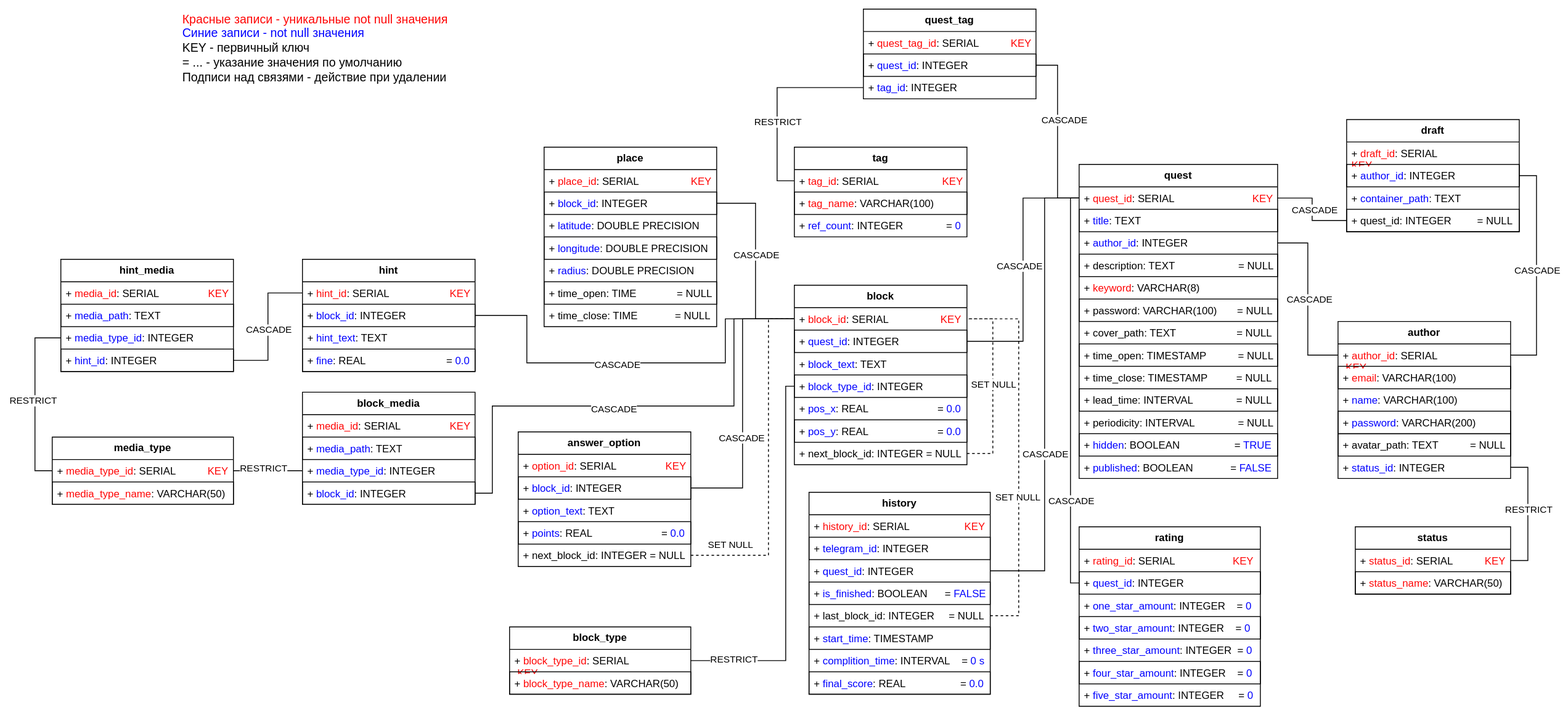
This is docs/image/db.svg from Quest-maker-team/quest-maker, a draw.io export, as it was before one commit. Source tidied: cells renumbered, new cells last; positions are measured from the earlier drawing's top-left corner, leaving out a move shared by most shapes.
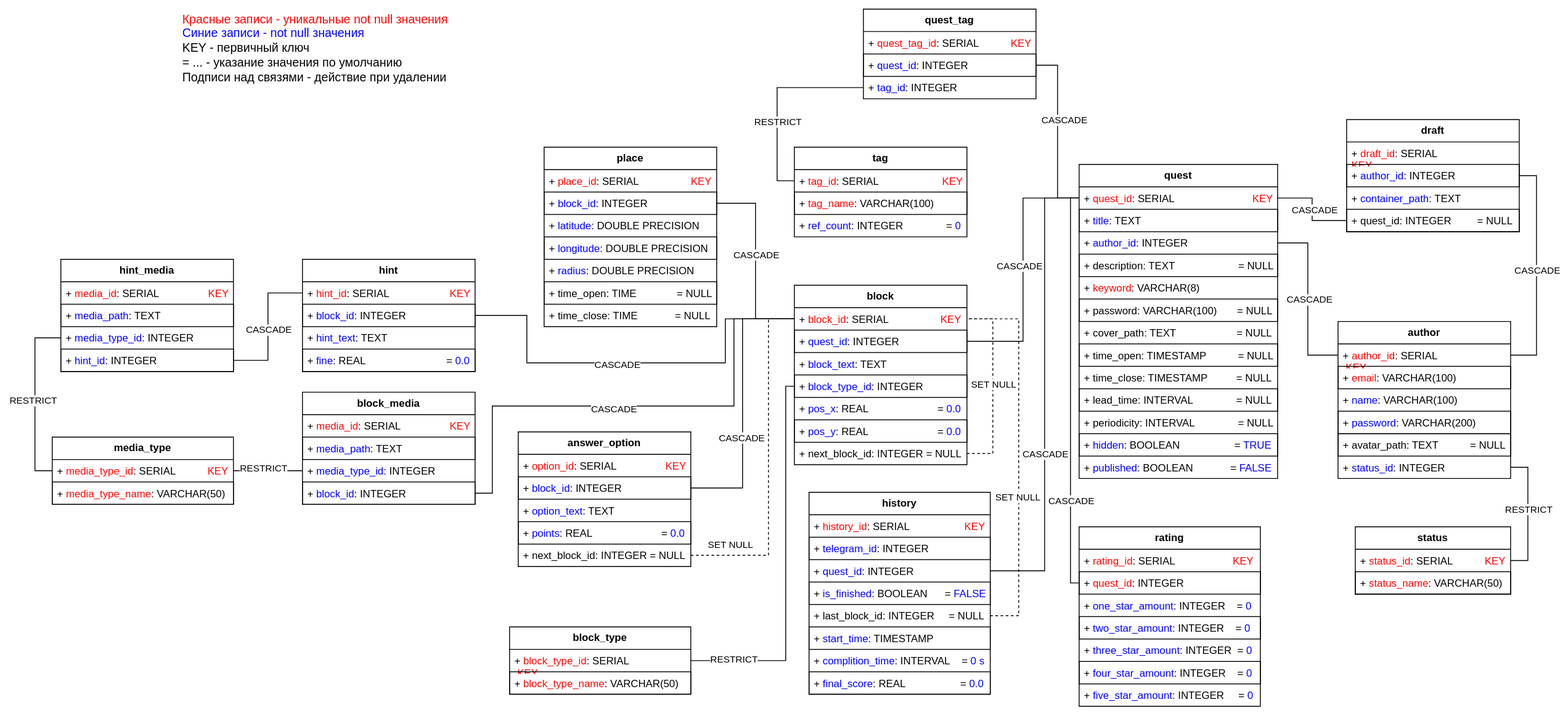
After the commit.

Change to the diagram source:
```diff
@@ -405,7 +405,7 @@
     <mxCell id="115" value="+&amp;nbsp;&lt;font style=&quot;border-color: var(--border-color);&quot; color=&quot;#ff0505&quot;&gt;rating_id&lt;/font&gt;: SERIAL&amp;nbsp; &amp;nbsp; &amp;nbsp; &amp;nbsp; &amp;nbsp; &amp;nbsp; &amp;nbsp; &amp;nbsp; &amp;nbsp; &amp;nbsp;&amp;nbsp;&lt;font style=&quot;border-color: var(--border-color);&quot; color=&quot;#ff0505&quot;&gt;KEY&lt;/font&gt;" style="text;strokeColor=none;fillColor=none;align=left;verticalAlign=top;spacingLeft=4;spacingRight=4;overflow=hidden;whiteSpace=wrap;html=1;" parent="114" vertex="1">
       <mxGeometry y="26" width="210" height="26" as="geometry" />
     </mxCell>
-    <mxCell id="116" value="+&amp;nbsp;&lt;font style=&quot;border-color: var(--border-color);&quot; color=&quot;#0000ff&quot;&gt;quest_id&lt;/font&gt;: INTEGER" style="text;strokeColor=default;fillColor=none;align=left;verticalAlign=top;spacingLeft=4;spacingRight=4;overflow=hidden;points=[[0,0.5],[1,0.5]];portConstraint=eastwest;whiteSpace=wrap;html=1;" parent="114" vertex="1">
+    <mxCell id="116" value="+&amp;nbsp;&lt;font color=&quot;#ff0000&quot; style=&quot;border-color: var(--border-color);&quot;&gt;quest_id&lt;/font&gt;: INTEGER" style="text;strokeColor=default;fillColor=none;align=left;verticalAlign=top;spacingLeft=4;spacingRight=4;overflow=hidden;points=[[0,0.5],[1,0.5]];portConstraint=eastwest;whiteSpace=wrap;html=1;" parent="114" vertex="1">
       <mxGeometry y="52" width="210" height="26" as="geometry" />
     </mxCell>
     <mxCell id="117" value="+ &lt;font color=&quot;#0000ff&quot;&gt;one_star_amount&lt;/font&gt;: INTEGER&amp;nbsp; &amp;nbsp; =&amp;nbsp;&lt;font style=&quot;border-color: var(--border-color);&quot; color=&quot;#0000ff&quot;&gt;0&lt;/font&gt;" style="text;strokeColor=none;fillColor=none;align=left;verticalAlign=top;spacingLeft=4;spacingRight=4;overflow=hidden;whiteSpace=wrap;html=1;" parent="114" vertex="1">
```
